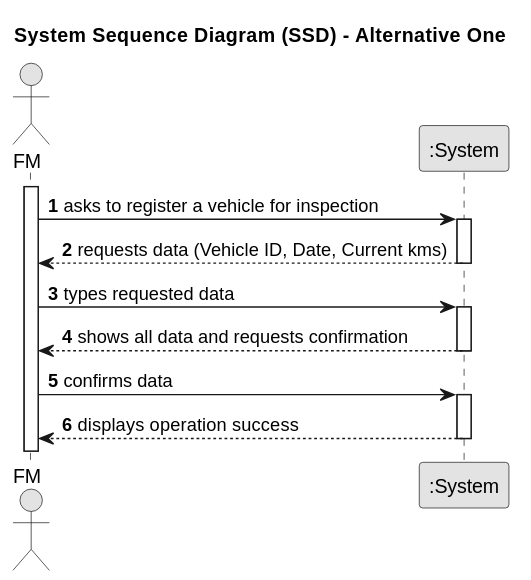
Above: docs/sprintA/us007/01.requirements-engineering/svg/us007-system-sequence-diagram-alternative-one.svg in Departamento-de-Engenharia-Informatica/lei-24-s2-1do-g164 (PlantUML), before the change. Its diagram source:
```plantuml
@startuml
skinparam monochrome true
skinparam packageStyle rectangle
skinparam shadowing false

title System Sequence Diagram (SSD) - Alternative One

autonumber

actor "FM" as Employee
participant ":System" as System

activate Employee

    Employee -> System : asks to register a vehicle for inspection
    activate System

        System --> Employee :  requests data (Vehicle ID, Date, Current kms)
    deactivate System

    Employee -> System : types requested data
    activate System


        System --> Employee : shows all data and requests confirmation
    deactivate System

    Employee -> System : confirms data
    activate System

        System --> Employee : displays operation success
    deactivate System
@enduml
```
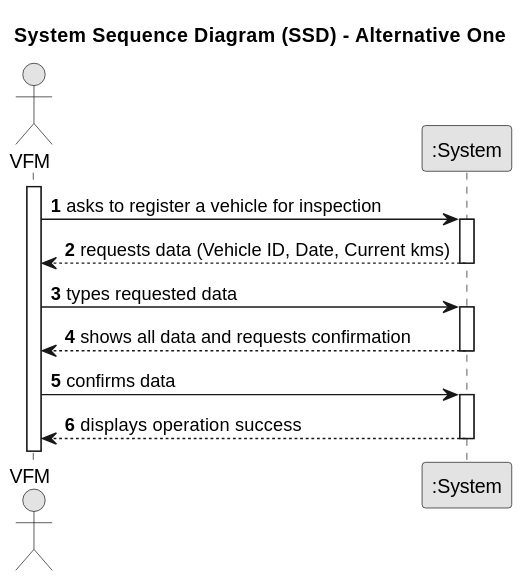
Above is the later version.

The edit, as a diff of the source:
```diff
@@ -7,7 +7,7 @@
 
 autonumber
 
-actor "FM" as Employee
+actor "VFM" as Employee
 participant ":System" as System
 
 activate Employee
```
